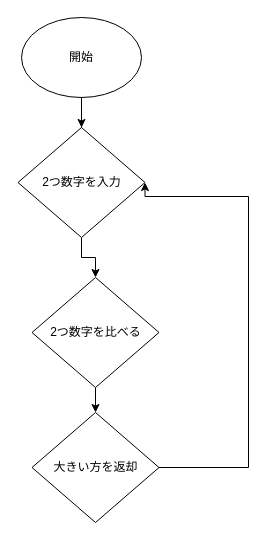
Above: Untitled Diagram.drawio in HanyuC2019/flowchart (draw.io), before the change. Source tidied: cells renumbered, new cells numbered last; positions are measured from the earlier drawing's top-left corner, leaving out a move shared by most shapes. Both pictures are drawn from the tidied source at 100%, with x=0, y=0 at pixel (18, 17).
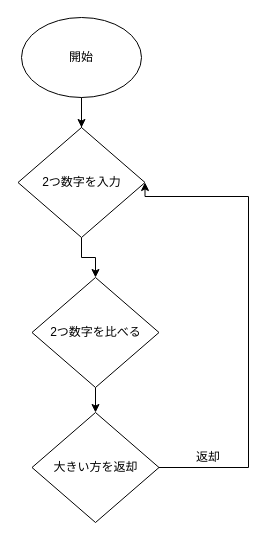
The same diagram, later.

Diff of the diagram source:
```diff
@@
 <mxGraphModel>
   <root>
     <mxCell id="0" />
     <mxCell id="1" parent="0" />
     <mxCell id="2" style="edgeStyle=orthogonalEdgeStyle;rounded=0;jettySize=auto;html=1;" parent="1" edge="1" source="9">
       <mxGeometry relative="1" as="geometry">
         <mxPoint x="63" y="160" as="targetPoint" />
       </mxGeometry>
     </mxCell>
     <mxCell id="3" value="開始" style="ellipse;whiteSpace=wrap;html=1;" parent="1" vertex="1">
       <mxGeometry x="3" width="120" height="80" as="geometry" />
     </mxCell>
     <mxCell id="4" style="edgeStyle=orthogonalEdgeStyle;rounded=0;jettySize=auto;html=1;" parent="1" edge="1" source="9" target="6">
       <mxGeometry relative="1" as="geometry" />
     </mxCell>
     <mxCell id="5" style="edgeStyle=orthogonalEdgeStyle;rounded=0;jettySize=auto;html=1;" parent="1" edge="1" source="6" target="8">
       <mxGeometry relative="1" as="geometry" />
     </mxCell>
     <mxCell id="6" value="2つ数字を比べる" style="rhombus;whiteSpace=wrap;html=1;" parent="1" vertex="1">
       <mxGeometry x="13.5" y="260" width="127" height="110" as="geometry" />
     </mxCell>
     <mxCell id="7" style="edgeStyle=orthogonalEdgeStyle;rounded=0;jettySize=auto;html=1;entryX=1;entryY=0.5;entryDx=0;entryDy=0;" parent="1" edge="1" source="8" target="9">
       <mxGeometry relative="1" as="geometry">
         <Array as="points">
           <mxPoint x="230" y="450" />
           <mxPoint x="230" y="179" />
         </Array>
       </mxGeometry>
     </mxCell>
     <mxCell id="8" value="大きい方を返却" style="rhombus;whiteSpace=wrap;html=1;" parent="1" vertex="1">
       <mxGeometry x="13.5" y="395" width="127" height="110" as="geometry" />
     </mxCell>
     <mxCell id="9" value="2つ数字を入力" style="rhombus;whiteSpace=wrap;html=1;" parent="1" vertex="1">
       <mxGeometry x="-0.5" y="110" width="127" height="110" as="geometry" />
     </mxCell>
     <mxCell id="10" style="edgeStyle=orthogonalEdgeStyle;rounded=0;jettySize=auto;html=1;" parent="1" edge="1" source="3" target="9">
       <mxGeometry relative="1" as="geometry" />
     </mxCell>
+    <mxCell id="11" value="返却" style="text;html=1;strokeColor=none;fillColor=none;align=center;verticalAlign=middle;whiteSpace=wrap;rounded=0;" parent="1" vertex="1">
+      <mxGeometry x="170" y="430" width="40" height="20" as="geometry" />
+    </mxCell>
   </root>
 </mxGraphModel>
```
